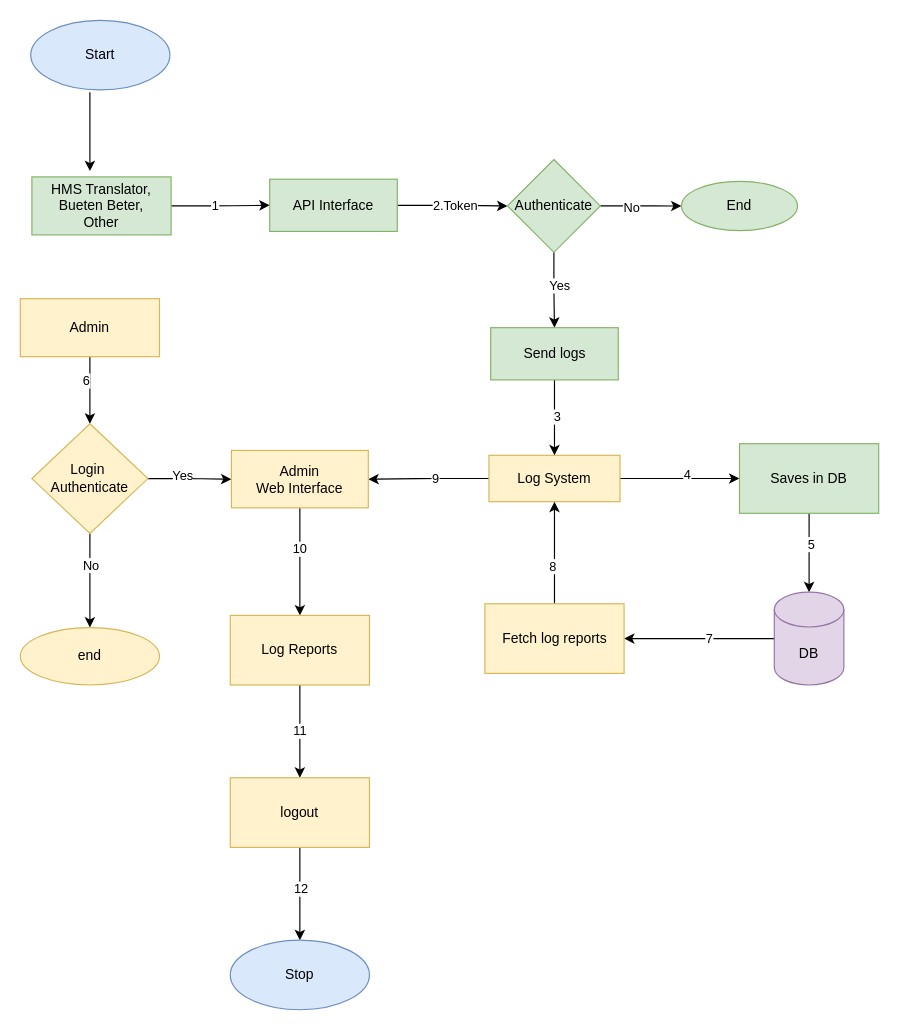
Before: Untitled Diagram.drawio in prakashadabala1/AndroidExamples, a draw.io diagram. Source tidied: cells renumbered, new cells numbered last; positions are measured from the earlier drawing's top-left corner, leaving out a move shared by most shapes. Both pictures are drawn from the tidied source at 116%, with x=0, y=0 at pixel (20, 20).
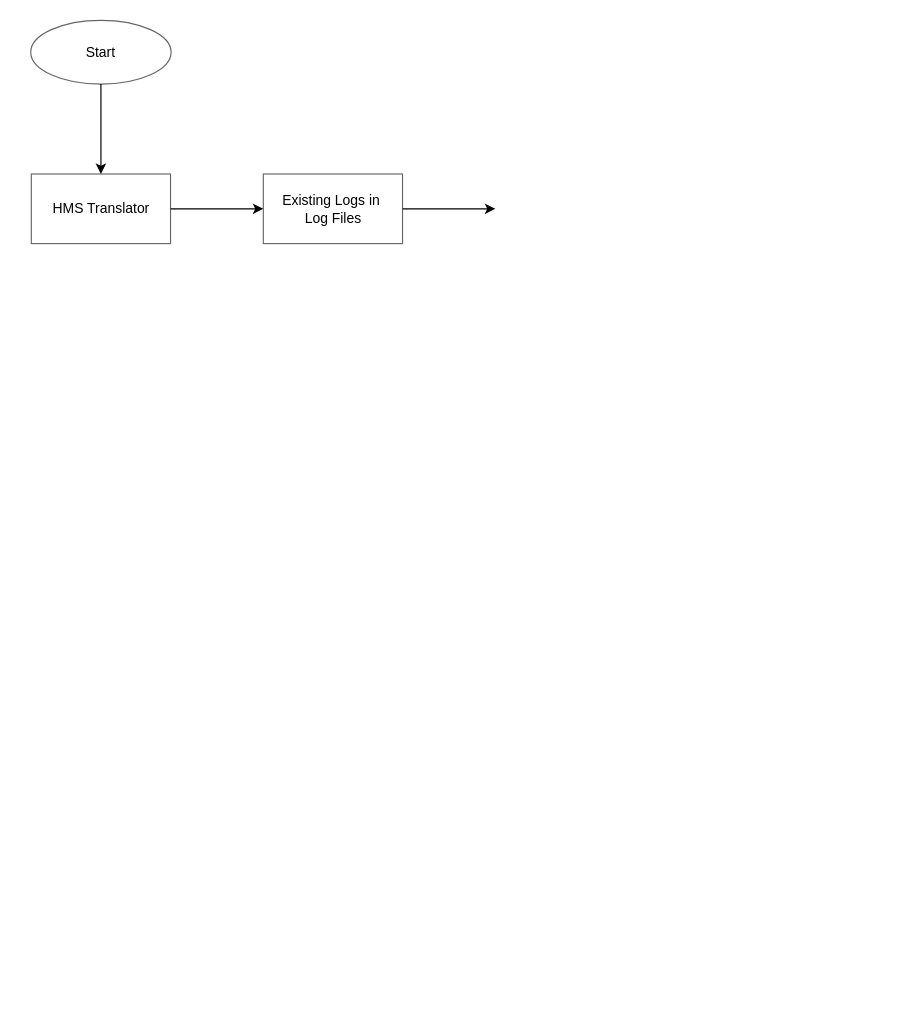
Above is the later version.

The edit, as a diff of the source:
```diff
@@
-    <mxCell id="2" style="edgeStyle=orthogonalEdgeStyle;jettySize=auto;html=1;exitX=1;exitY=0.5;exitDx=0;exitDy=0;" parent="1" edge="1" source="28" target="17">
-      <mxGeometry relative="1" as="geometry" />
-    </mxCell>
-    <mxCell id="3" value="2.Token" style="edgeLabel;html=1;align=center;verticalAlign=middle;" parent="2" vertex="1">
-      <mxGeometry x="0.04" y="1" relative="1" as="geometry" />
-    </mxCell>
-    <mxCell id="4" style="edgeStyle=orthogonalEdgeStyle;jettySize=auto;html=1;" parent="1" edge="1" source="7" target="28">
-      <mxGeometry relative="1" as="geometry" />
-    </mxCell>
-    <mxCell id="5" value="1" style="edgeLabel;html=1;align=center;verticalAlign=middle;" parent="4" vertex="1">
-      <mxGeometry x="-0.13" y="1" relative="1" as="geometry" />
-    </mxCell>
-    <mxCell id="6" style="edgeStyle=orthogonalEdgeStyle;jettySize=auto;html=1;exitX=0.425;exitY=1.033;exitDx=0;exitDy=0;exitPerimeter=0;" parent="1" edge="1" source="50">
-      <mxGeometry relative="1" as="geometry">
-        <mxPoint x="60" y="130" as="targetPoint" />
-      </mxGeometry>
-    </mxCell>
-    <mxCell id="7" value="HMS Translator,&lt;br&gt;Bueten Beter,&lt;br&gt;Other" style="whiteSpace=wrap;html=1;fontSize=12;glass=0;strokeWidth=1;shadow=0;fillColor=#d5e8d4;strokeColor=#82b366;" parent="1" vertex="1">
-      <mxGeometry x="10" y="135" width="120" height="50" as="geometry" />
-    </mxCell>
-    <mxCell id="8" style="edgeStyle=orthogonalEdgeStyle;jettySize=auto;html=1;" parent="1" edge="1" source="12" target="21">
-      <mxGeometry relative="1" as="geometry" />
-    </mxCell>
-    <mxCell id="9" value="4" style="edgeLabel;html=1;align=center;verticalAlign=middle;" parent="8" vertex="1">
-      <mxGeometry x="0.11" y="4" relative="1" as="geometry" />
-    </mxCell>
-    <mxCell id="10" style="edgeStyle=orthogonalEdgeStyle;jettySize=auto;html=1;" parent="1" edge="1" source="12" target="43">
-      <mxGeometry relative="1" as="geometry" />
-    </mxCell>
-    <mxCell id="11" value="9" style="edgeLabel;html=1;align=center;verticalAlign=middle;" parent="10" vertex="1">
-      <mxGeometry x="-0.1" y="-1" relative="1" as="geometry" />
-    </mxCell>
-    <mxCell id="12" value="Log System" style="whiteSpace=wrap;html=1;shadow=0;strokeWidth=1;glass=0;fillColor=#fff2cc;strokeColor=#d6b656;" parent="1" vertex="1">
-      <mxGeometry x="404" y="375" width="113" height="40" as="geometry" />
-    </mxCell>
-    <mxCell id="13" style="edgeStyle=orthogonalEdgeStyle;jettySize=auto;html=1;" parent="1" edge="1" source="17" target="18">
-      <mxGeometry relative="1" as="geometry" />
-    </mxCell>
-    <mxCell id="14" value="No" style="edgeLabel;html=1;align=center;verticalAlign=middle;" parent="13" vertex="1">
-      <mxGeometry x="-0.27" y="-1" relative="1" as="geometry" />
-    </mxCell>
-    <mxCell id="15" style="edgeStyle=orthogonalEdgeStyle;jettySize=auto;html=1;entryX=0.5;entryY=0;entryDx=0;entryDy=0;" parent="1" edge="1" source="17" target="27">
-      <mxGeometry relative="1" as="geometry" />
-    </mxCell>
-    <mxCell id="16" value="Yes" style="edgeLabel;html=1;align=center;verticalAlign=middle;" parent="15" vertex="1">
-      <mxGeometry x="-0.14" y="4" relative="1" as="geometry" />
-    </mxCell>
-    <mxCell id="17" value="Authenticate" style="rhombus;whiteSpace=wrap;html=1;shadow=0;strokeWidth=1;glass=0;fillColor=#d5e8d4;strokeColor=#82b366;" parent="1" vertex="1">
-      <mxGeometry x="420" y="120" width="80" height="80" as="geometry" />
-    </mxCell>
-    <mxCell id="18" value="End" style="ellipse;whiteSpace=wrap;html=1;shadow=0;strokeWidth=1;glass=0;fillColor=#d5e8d4;strokeColor=#82b366;" parent="1" vertex="1">
-      <mxGeometry x="570" y="138.8" width="100" height="42.5" as="geometry" />
-    </mxCell>
-    <mxCell id="19" style="edgeStyle=orthogonalEdgeStyle;jettySize=auto;html=1;exitX=0.5;exitY=0.967;exitDx=0;exitDy=0;exitPerimeter=0;entryX=0.5;entryY=0;entryDx=0;entryDy=0;entryPerimeter=0;" parent="1" edge="1" source="21" target="24">
-      <mxGeometry relative="1" as="geometry">
-        <Array as="points">
-          <mxPoint x="680" y="473" />
-          <mxPoint x="680" y="473" />
-        </Array>
-      </mxGeometry>
-    </mxCell>
-    <mxCell id="20" value="5" style="edgeLabel;html=1;align=center;verticalAlign=middle;" parent="19" vertex="1">
-      <mxGeometry x="-0.2" y="1" relative="1" as="geometry" />
-    </mxCell>
-    <mxCell id="21" value="Saves in DB" style="whiteSpace=wrap;html=1;shadow=0;strokeWidth=1;glass=0;fillColor=#d5e8d4;strokeColor=#82b366;" parent="1" vertex="1">
-      <mxGeometry x="620" y="365" width="120" height="60" as="geometry" />
-    </mxCell>
-    <mxCell id="22" style="edgeStyle=orthogonalEdgeStyle;jettySize=auto;html=1;" parent="1" edge="1" source="24" target="40">
-      <mxGeometry relative="1" as="geometry" />
-    </mxCell>
-    <mxCell id="23" value="7" style="edgeLabel;html=1;align=center;verticalAlign=middle;" parent="22" vertex="1">
-      <mxGeometry x="-0.12" y="-1" relative="1" as="geometry" />
-    </mxCell>
-    <mxCell id="24" value="DB" style="shape=cylinder3;whiteSpace=wrap;html=1;boundedLbl=1;backgroundOutline=1;size=15;fillColor=#e1d5e7;strokeColor=#9673a6;" parent="1" vertex="1">
-      <mxGeometry x="650" y="493" width="60" height="80" as="geometry" />
-    </mxCell>
-    <mxCell id="25" style="edgeStyle=orthogonalEdgeStyle;jettySize=auto;html=1;" parent="1" edge="1" source="27" target="12">
-      <mxGeometry relative="1" as="geometry" />
-    </mxCell>
-    <mxCell id="26" value="3" style="edgeLabel;html=1;align=center;verticalAlign=middle;" parent="25" vertex="1">
-      <mxGeometry x="-0.05" y="2" relative="1" as="geometry" />
-    </mxCell>
-    <mxCell id="27" value="Send logs" style="whiteSpace=wrap;html=1;shadow=0;strokeWidth=1;glass=0;fillColor=#d5e8d4;strokeColor=#82b366;" parent="1" vertex="1">
-      <mxGeometry x="405.5" y="265" width="110" height="45" as="geometry" />
-    </mxCell>
-    <mxCell id="28" value="API Interface" style="whiteSpace=wrap;html=1;shadow=0;strokeWidth=1;glass=0;fillColor=#d5e8d4;strokeColor=#82b366;" parent="1" vertex="1">
-      <mxGeometry x="215" y="137" width="110" height="45" as="geometry" />
-    </mxCell>
-    <mxCell id="29" style="edgeStyle=orthogonalEdgeStyle;jettySize=auto;html=1;" parent="1" edge="1" source="31" target="36">
-      <mxGeometry relative="1" as="geometry" />
-    </mxCell>
-    <mxCell id="30" value="6" style="edgeLabel;html=1;align=center;verticalAlign=middle;" parent="29" vertex="1">
-      <mxGeometry x="-0.33" y="-4" relative="1" as="geometry">
-        <mxPoint y="1" as="offset" />
-      </mxGeometry>
-    </mxCell>
-    <mxCell id="31" value="Admin" style="whiteSpace=wrap;html=1;fontSize=12;glass=0;strokeWidth=1;shadow=0;fillColor=#fff2cc;strokeColor=#d6b656;" parent="1" vertex="1">
-      <mxGeometry y="240" width="120" height="50" as="geometry" />
-    </mxCell>
-    <mxCell id="32" style="edgeStyle=orthogonalEdgeStyle;jettySize=auto;html=1;" parent="1" edge="1" source="36" target="37">
-      <mxGeometry relative="1" as="geometry" />
-    </mxCell>
-    <mxCell id="33" value="No" style="edgeLabel;html=1;align=center;verticalAlign=middle;" parent="32" vertex="1">
-      <mxGeometry x="-0.34" relative="1" as="geometry" />
-    </mxCell>
-    <mxCell id="34" style="edgeStyle=orthogonalEdgeStyle;jettySize=auto;html=1;" parent="1" edge="1" source="36" target="43">
-      <mxGeometry relative="1" as="geometry" />
-    </mxCell>
-    <mxCell id="35" value="Yes" style="edgeLabel;html=1;align=center;verticalAlign=middle;" parent="34" vertex="1">
-      <mxGeometry x="-0.17" y="4" relative="1" as="geometry">
-        <mxPoint y="1" as="offset" />
-      </mxGeometry>
-    </mxCell>
-    <mxCell id="36" value="Login&amp;nbsp;&lt;br&gt;Authenticate" style="rhombus;whiteSpace=wrap;html=1;shadow=0;strokeWidth=1;glass=0;fillColor=#fff2cc;strokeColor=#d6b656;" parent="1" vertex="1">
-      <mxGeometry x="10" y="347.8" width="100" height="94.5" as="geometry" />
-    </mxCell>
-    <mxCell id="37" value="end" style="ellipse;whiteSpace=wrap;html=1;shadow=0;strokeWidth=1;glass=0;fillColor=#fff2cc;strokeColor=#d6b656;" parent="1" vertex="1">
-      <mxGeometry y="523.5" width="120" height="49.5" as="geometry" />
-    </mxCell>
-    <mxCell id="38" style="edgeStyle=orthogonalEdgeStyle;jettySize=auto;html=1;exitX=0.5;exitY=0;exitDx=0;exitDy=0;entryX=0.5;entryY=1;entryDx=0;entryDy=0;" parent="1" edge="1" source="40" target="12">
-      <mxGeometry relative="1" as="geometry" />
-    </mxCell>
-    <mxCell id="39" value="8" style="edgeLabel;html=1;align=center;verticalAlign=middle;" parent="38" vertex="1">
-      <mxGeometry x="-0.25" y="3" relative="1" as="geometry">
-        <mxPoint x="1" as="offset" />
-      </mxGeometry>
-    </mxCell>
-    <mxCell id="40" value="Fetch log reports" style="whiteSpace=wrap;html=1;fillColor=#fff2cc;strokeColor=#d6b656;" parent="1" vertex="1">
-      <mxGeometry x="400.5" y="503" width="120" height="60" as="geometry" />
-    </mxCell>
-    <mxCell id="41" style="edgeStyle=orthogonalEdgeStyle;jettySize=auto;html=1;" parent="1" edge="1" source="43" target="45">
-      <mxGeometry relative="1" as="geometry" />
-    </mxCell>
-    <mxCell id="42" value="10" style="edgeLabel;html=1;align=center;verticalAlign=middle;" parent="41" vertex="1">
-      <mxGeometry x="-0.25" y="-1" relative="1" as="geometry" />
-    </mxCell>
-    <mxCell id="43" value="Admin &lt;br&gt;Web Interface" style="whiteSpace=wrap;html=1;shadow=0;strokeWidth=1;glass=0;fillColor=#fff2cc;strokeColor=#d6b656;" parent="1" vertex="1">
-      <mxGeometry x="182" y="370.8" width="118" height="49.5" as="geometry" />
-    </mxCell>
-    <mxCell id="44" value="11" style="edgeStyle=orthogonalEdgeStyle;jettySize=auto;html=1;" parent="1" edge="1" source="45" target="48">
-      <mxGeometry relative="1" as="geometry" />
-    </mxCell>
-    <mxCell id="45" value="Log Reports" style="whiteSpace=wrap;html=1;shadow=0;strokeWidth=1;glass=0;fillColor=#fff2cc;strokeColor=#d6b656;" parent="1" vertex="1">
-      <mxGeometry x="181" y="513" width="120" height="60" as="geometry" />
-    </mxCell>
-    <mxCell id="46" style="edgeStyle=orthogonalEdgeStyle;jettySize=auto;html=1;" parent="1" edge="1" source="48" target="49">
-      <mxGeometry relative="1" as="geometry" />
-    </mxCell>
-    <mxCell id="47" value="12" style="edgeLabel;html=1;align=center;verticalAlign=middle;" parent="46" vertex="1">
-      <mxGeometry x="-0.12" relative="1" as="geometry" />
-    </mxCell>
-    <mxCell id="48" value="logout" style="whiteSpace=wrap;html=1;shadow=0;strokeWidth=1;glass=0;fillColor=#fff2cc;strokeColor=#d6b656;" parent="1" vertex="1">
-      <mxGeometry x="181" y="653" width="120" height="60" as="geometry" />
-    </mxCell>
-    <mxCell id="49" value="Stop" style="ellipse;whiteSpace=wrap;html=1;shadow=0;strokeWidth=1;glass=0;fillColor=#dae8fc;strokeColor=#6c8ebf;" parent="1" vertex="1">
-      <mxGeometry x="181" y="793" width="120" height="60" as="geometry" />
-    </mxCell>
+    <mxCell id="51" style="edgeStyle=orthogonalEdgeStyle;rounded=0;jettySize=auto;html=1;" parent="1" edge="1" source="50" target="53">
+      <mxGeometry relative="1" as="geometry" />
+    </mxCell>
-    <mxCell id="50" value="Start" style="ellipse;whiteSpace=wrap;html=1;shadow=0;strokeColor=#6c8ebf;strokeWidth=1;fillColor=#dae8fc;glass=0;" parent="1" vertex="1">
-      <mxGeometry x="9" width="120" height="60" as="geometry" />
+    <mxCell id="50" value="Start" style="ellipse;whiteSpace=wrap;html=1;opacity=60;" parent="1" vertex="1">
+      <mxGeometry x="9" width="121" height="55" as="geometry" />
     </mxCell>
+    <mxCell id="52" style="edgeStyle=orthogonalEdgeStyle;rounded=0;jettySize=auto;html=1;" parent="1" edge="1" source="53" target="55">
+      <mxGeometry relative="1" as="geometry" />
+    </mxCell>
+    <mxCell id="53" value="HMS Translator" style="whiteSpace=wrap;html=1;opacity=60;" parent="1" vertex="1">
+      <mxGeometry x="9.5" y="132.5" width="120" height="60" as="geometry" />
+    </mxCell>
+    <mxCell id="54" style="edgeStyle=orthogonalEdgeStyle;rounded=0;jettySize=auto;html=1;" parent="1" edge="1" source="55">
+      <mxGeometry relative="1" as="geometry">
+        <mxPoint x="409.5" y="162.5" as="targetPoint" />
+      </mxGeometry>
+    </mxCell>
+    <mxCell id="55" value="Existing Logs in&amp;nbsp;&lt;br&gt;Log Files" style="whiteSpace=wrap;html=1;opacity=60;" parent="1" vertex="1">
+      <mxGeometry x="209.5" y="132.5" width="120" height="60" as="geometry" />
+    </mxCell>
```
